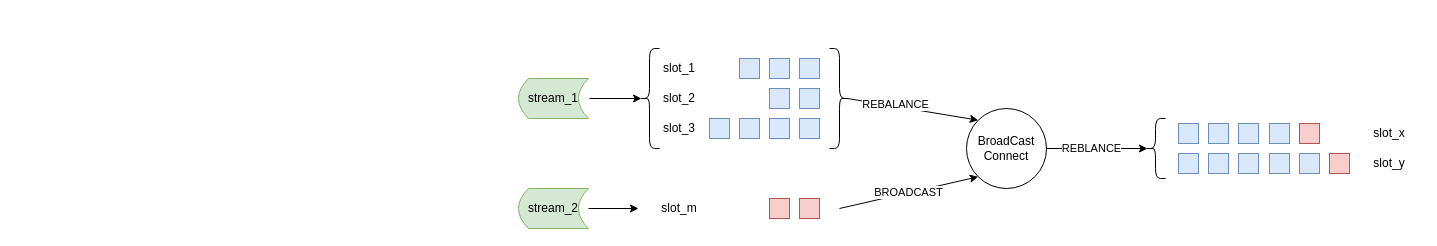
The draw.io diagram Untitled Diagram.drawio in wangkezhong12/DrawingBoard, before the edit. Source tidied: cells renumbered, new cells numbered last; positions are measured from the earlier drawing's top-left corner, leaving out a move shared by most shapes. Both pictures are drawn from the tidied source at 100%, with x=0, y=0 at pixel (518, 48).
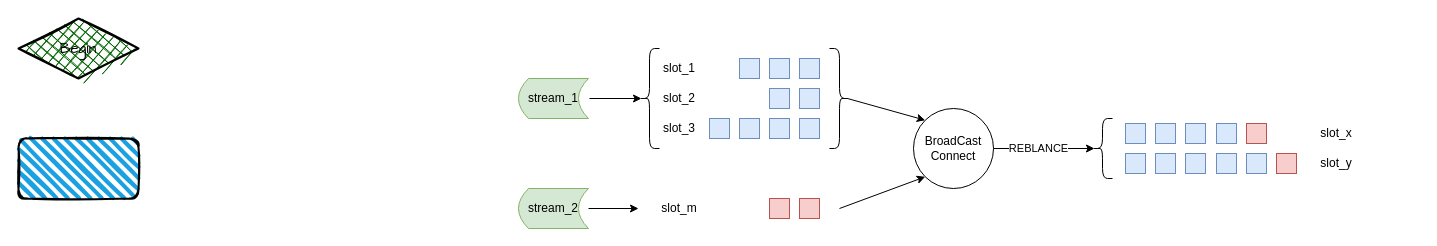
After the change.

The change refers to these unchanged cells:
```xml
<mxCell id="18" style="endArrow=classic;html=1;rounded=0;exitX=0.1;exitY=0.5;exitDx=0;exitDy=0;exitPerimeter=0;entryX=0;entryY=0;entryDx=0;entryDy=0;" parent="1" edge="1" source="14" target="17">
  <mxGeometry relative="1" as="geometry" />
</mxCell>
```

Diff of the diagram source:
```diff
@@
     <mxCell id="17" value="BroadCast&lt;br&gt;Connect" style="ellipse;whiteSpace=wrap;html=1;" parent="1" vertex="1">
-      <mxGeometry x="448" y="60" width="80" height="80" as="geometry" />
+      <mxGeometry x="395" y="60" width="80" height="80" as="geometry" />
     </mxCell>
@@
-    <mxCell id="19" value="REBALANCE" style="edgeLabel;html=1;align=center;verticalAlign=middle;" parent="18" vertex="1">
-      <mxGeometry x="-0.27" y="2" relative="1" as="geometry" />
-    </mxCell>
-    <mxCell id="20" value="BROADCAST" style="endArrow=classic;html=1;rounded=0;entryX=0;entryY=1;entryDx=0;entryDy=0;" parent="1" edge="1" target="17">
+    <mxCell id="20" style="endArrow=classic;html=1;rounded=0;entryX=0;entryY=1;entryDx=0;entryDy=0;" parent="1" edge="1" target="17">
       <mxGeometry relative="1" as="geometry">
         <mxPoint x="321" y="160" as="sourcePoint" />
       </mxGeometry>
     </mxCell>
     <mxCell id="21" style="shape=curlyBracket;whiteSpace=wrap;html=1;rounded=1;" parent="1" vertex="1">
-      <mxGeometry x="627" y="70" width="20" height="60" as="geometry" />
+      <mxGeometry x="574" y="70" width="20" height="60" as="geometry" />
     </mxCell>
@@
     <mxCell id="25" style="rounded=0;whiteSpace=wrap;html=1;fillColor=#dae8fc;strokeColor=#6c8ebf;" parent="1" vertex="1">
-      <mxGeometry x="660" y="75" width="20" height="20" as="geometry" />
+      <mxGeometry x="607" y="75" width="20" height="20" as="geometry" />
     </mxCell>
     <mxCell id="26" style="rounded=0;whiteSpace=wrap;html=1;fillColor=#dae8fc;strokeColor=#6c8ebf;" parent="1" vertex="1">
-      <mxGeometry x="690" y="75" width="20" height="20" as="geometry" />
+      <mxGeometry x="637" y="75" width="20" height="20" as="geometry" />
     </mxCell>
     <mxCell id="27" style="rounded=0;whiteSpace=wrap;html=1;fillColor=#dae8fc;strokeColor=#6c8ebf;" parent="1" vertex="1">
-      <mxGeometry x="720" y="75" width="20" height="20" as="geometry" />
+      <mxGeometry x="667" y="75" width="20" height="20" as="geometry" />
     </mxCell>
     <mxCell id="28" style="rounded=0;whiteSpace=wrap;html=1;fillColor=#dae8fc;strokeColor=#6c8ebf;" parent="1" vertex="1">
-      <mxGeometry x="660" y="105" width="20" height="20" as="geometry" />
+      <mxGeometry x="607" y="105" width="20" height="20" as="geometry" />
     </mxCell>
     <mxCell id="29" style="rounded=0;whiteSpace=wrap;html=1;fillColor=#dae8fc;strokeColor=#6c8ebf;" parent="1" vertex="1">
-      <mxGeometry x="690" y="105" width="20" height="20" as="geometry" />
+      <mxGeometry x="637" y="105" width="20" height="20" as="geometry" />
     </mxCell>
     <mxCell id="30" style="rounded=0;whiteSpace=wrap;html=1;fillColor=#dae8fc;strokeColor=#6c8ebf;" parent="1" vertex="1">
-      <mxGeometry x="720" y="105" width="20" height="20" as="geometry" />
+      <mxGeometry x="667" y="105" width="20" height="20" as="geometry" />
     </mxCell>
     <mxCell id="31" style="rounded=0;whiteSpace=wrap;html=1;fillColor=#dae8fc;strokeColor=#6c8ebf;" parent="1" vertex="1">
-      <mxGeometry x="751" y="75" width="20" height="20" as="geometry" />
+      <mxGeometry x="698" y="75" width="20" height="20" as="geometry" />
     </mxCell>
     <mxCell id="32" style="rounded=0;whiteSpace=wrap;html=1;fillColor=#dae8fc;strokeColor=#6c8ebf;" parent="1" vertex="1">
-      <mxGeometry x="751" y="105" width="20" height="20" as="geometry" />
+      <mxGeometry x="698" y="105" width="20" height="20" as="geometry" />
     </mxCell>
     <mxCell id="33" style="rounded=0;whiteSpace=wrap;html=1;fillColor=#dae8fc;strokeColor=#6c8ebf;" parent="1" vertex="1">
-      <mxGeometry x="781" y="105" width="20" height="20" as="geometry" />
+      <mxGeometry x="728" y="105" width="20" height="20" as="geometry" />
     </mxCell>
     <mxCell id="34" style="rounded=0;whiteSpace=wrap;html=1;fillColor=#f8cecc;strokeColor=#b85450;" parent="1" vertex="1">
-      <mxGeometry x="781" y="75" width="20" height="20" as="geometry" />
+      <mxGeometry x="728" y="75" width="20" height="20" as="geometry" />
     </mxCell>
     <mxCell id="35" style="rounded=0;whiteSpace=wrap;html=1;fillColor=#f8cecc;strokeColor=#b85450;" parent="1" vertex="1">
-      <mxGeometry x="811" y="105" width="20" height="20" as="geometry" />
+      <mxGeometry x="758" y="105" width="20" height="20" as="geometry" />
     </mxCell>
     <mxCell id="36" value="slot_x" style="text;html=1;strokeColor=none;fillColor=none;align=center;verticalAlign=middle;whiteSpace=wrap;rounded=0;" parent="1" vertex="1">
-      <mxGeometry x="841" y="70" width="60" height="30" as="geometry" />
+      <mxGeometry x="788" y="70" width="60" height="30" as="geometry" />
     </mxCell>
     <mxCell id="37" value="slot_y" style="text;html=1;strokeColor=none;fillColor=none;align=center;verticalAlign=middle;whiteSpace=wrap;rounded=0;" parent="1" vertex="1">
-      <mxGeometry x="841" y="100" width="60" height="30" as="geometry" />
+      <mxGeometry x="788" y="100" width="60" height="30" as="geometry" />
     </mxCell>
@@
+    <mxCell id="43" value="&lt;p&gt;&lt;font face=&quot;Comic Sans MS&quot; style=&quot;font-size: 15px&quot;&gt;Begin&lt;/font&gt;&lt;/p&gt;" style="rhombus;whiteSpace=wrap;html=1;strokeWidth=2;fillWeight=-1;hachureGap=8;fillStyle=cross-hatch;fillColor=#006600;sketch=1;" parent="1" vertex="1">
+      <mxGeometry x="-500" y="-30" width="120" height="60" as="geometry" />
+    </mxCell>
+    <mxCell id="44" style="rounded=1;whiteSpace=wrap;html=1;strokeWidth=2;fillWeight=4;hachureGap=8;hachureAngle=45;fillColor=#1ba1e2;sketch=1;fontFamily=Comic Sans MS;fontSize=15;" parent="1" vertex="1">
+      <mxGeometry x="-500" y="90" width="120" height="60" as="geometry" />
+    </mxCell>
```
